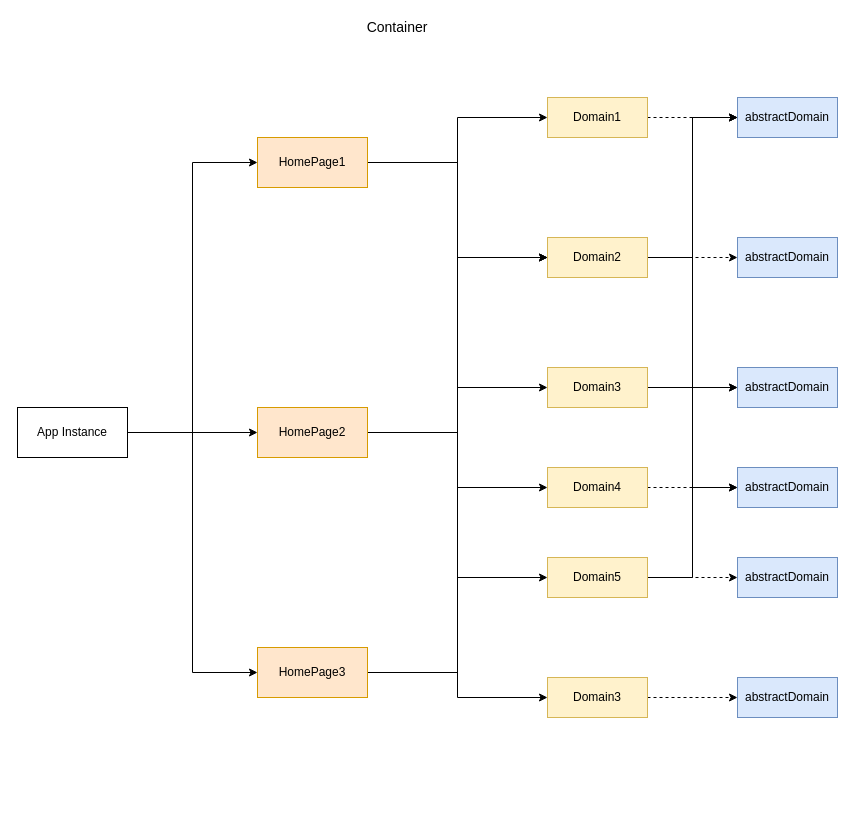
This is page "container" (2 of 3) of 未命名绘图.drawio from cer-cer/notes, a draw.io file, before an edit. Source tidied: cells renumbered, new cells numbered last; positions are measured from the earlier drawing's top-left corner, leaving out a move shared by most shapes. Both pictures are drawn from the tidied source at 100%, with x=0, y=0 at pixel (17, 17).
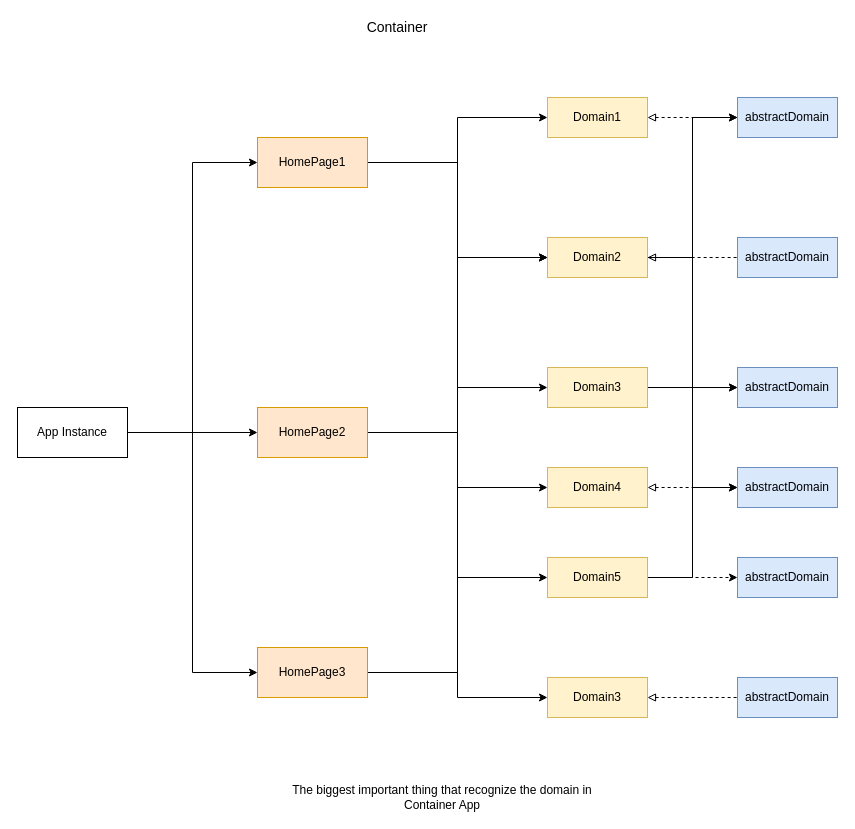
Above is the later version.

Commit message:
更新未命名绘图.drawio

Unchanged cells that the change refers to:
```xml
<mxCell id="18" value="Domain1" style="rounded=0;whiteSpace=wrap;html=1;fillColor=#fff2cc;strokeColor=#d6b656;" parent="1" vertex="1">
  <mxGeometry x="530" y="80" width="100" height="40" as="geometry" />
</mxCell>
<mxCell id="22" value="Domain2" style="rounded=0;whiteSpace=wrap;html=1;fillColor=#fff2cc;strokeColor=#d6b656;" parent="1" vertex="1">
  <mxGeometry x="530" y="220" width="100" height="40" as="geometry" />
</mxCell>
<mxCell id="27" value="Domain4" style="rounded=0;whiteSpace=wrap;html=1;fillColor=#fff2cc;strokeColor=#d6b656;" parent="1" vertex="1">
  <mxGeometry x="530" y="450" width="100" height="40" as="geometry" />
</mxCell>
<mxCell id="32" value="Domain3" style="rounded=0;whiteSpace=wrap;html=1;fillColor=#fff2cc;strokeColor=#d6b656;" parent="1" vertex="1">
  <mxGeometry x="530" y="660" width="100" height="40" as="geometry" />
</mxCell>
<mxCell id="34" value="abstractDomain" style="rounded=0;whiteSpace=wrap;html=1;fillColor=#dae8fc;strokeColor=#6c8ebf;" parent="1" vertex="1">
  <mxGeometry x="720" y="80" width="100" height="40" as="geometry" />
</mxCell>
<mxCell id="35" value="abstractDomain" style="rounded=0;whiteSpace=wrap;html=1;fillColor=#dae8fc;strokeColor=#6c8ebf;" parent="1" vertex="1">
  <mxGeometry x="720" y="220" width="100" height="40" as="geometry" />
</mxCell>
<mxCell id="37" value="abstractDomain" style="rounded=0;whiteSpace=wrap;html=1;fillColor=#dae8fc;strokeColor=#6c8ebf;" parent="1" vertex="1">
  <mxGeometry x="720" y="450" width="100" height="40" as="geometry" />
</mxCell>
<mxCell id="39" value="abstractDomain" style="rounded=0;whiteSpace=wrap;html=1;fillColor=#dae8fc;strokeColor=#6c8ebf;" parent="1" vertex="1">
  <mxGeometry x="720" y="660" width="100" height="40" as="geometry" />
</mxCell>
```

Diff of the diagram source:
```diff
@@
-    <mxCell id="17" style="edgeStyle=orthogonalEdgeStyle;rounded=0;jettySize=auto;html=1;entryX=0;entryY=0.5;entryDx=0;entryDy=0;dashed=1;" parent="1" edge="1" source="18" target="34">
+    <mxCell id="17" style="edgeStyle=orthogonalEdgeStyle;rounded=0;jettySize=auto;html=1;entryX=0;entryY=0.5;entryDx=0;entryDy=0;dashed=1;endArrow=none;endFill=0;startArrow=block;startFill=0;" parent="1" edge="1" source="18" target="34">
       <mxGeometry relative="1" as="geometry" />
     </mxCell>
@@
-    <mxCell id="19" style="edgeStyle=orthogonalEdgeStyle;rounded=0;jettySize=auto;html=1;entryX=0;entryY=0.5;entryDx=0;entryDy=0;dashed=1;" parent="1" edge="1" source="22" target="35">
+    <mxCell id="19" style="edgeStyle=orthogonalEdgeStyle;rounded=0;jettySize=auto;html=1;entryX=0;entryY=0.5;entryDx=0;entryDy=0;dashed=1;endArrow=none;endFill=0;startArrow=block;startFill=0;" parent="1" edge="1" source="22" target="35">
       <mxGeometry relative="1" as="geometry" />
     </mxCell>
@@
-    <mxCell id="26" style="edgeStyle=orthogonalEdgeStyle;rounded=0;jettySize=auto;html=1;entryX=0;entryY=0.5;entryDx=0;entryDy=0;dashed=1;" parent="1" edge="1" source="27" target="37">
+    <mxCell id="26" style="edgeStyle=orthogonalEdgeStyle;rounded=0;jettySize=auto;html=1;entryX=0;entryY=0.5;entryDx=0;entryDy=0;dashed=1;startArrow=block;startFill=0;" parent="1" edge="1" source="27" target="37">
       <mxGeometry relative="1" as="geometry" />
     </mxCell>
@@
-    <mxCell id="31" style="edgeStyle=orthogonalEdgeStyle;rounded=0;jettySize=auto;html=1;entryX=0;entryY=0.5;entryDx=0;entryDy=0;dashed=1;" parent="1" edge="1" source="32" target="39">
+    <mxCell id="31" style="edgeStyle=orthogonalEdgeStyle;rounded=0;jettySize=auto;html=1;entryX=0;entryY=0.5;entryDx=0;entryDy=0;dashed=1;endArrow=none;endFill=0;startArrow=block;startFill=0;" parent="1" edge="1" source="32" target="39">
       <mxGeometry relative="1" as="geometry" />
     </mxCell>
@@
+    <mxCell id="40" value="The biggest important thing that recognize the domain in Container App" style="text;html=1;strokeColor=none;fillColor=none;align=center;verticalAlign=middle;whiteSpace=wrap;rounded=0;" parent="1" vertex="1">
+      <mxGeometry x="250" y="770" width="350" height="20" as="geometry" />
+    </mxCell>
```
